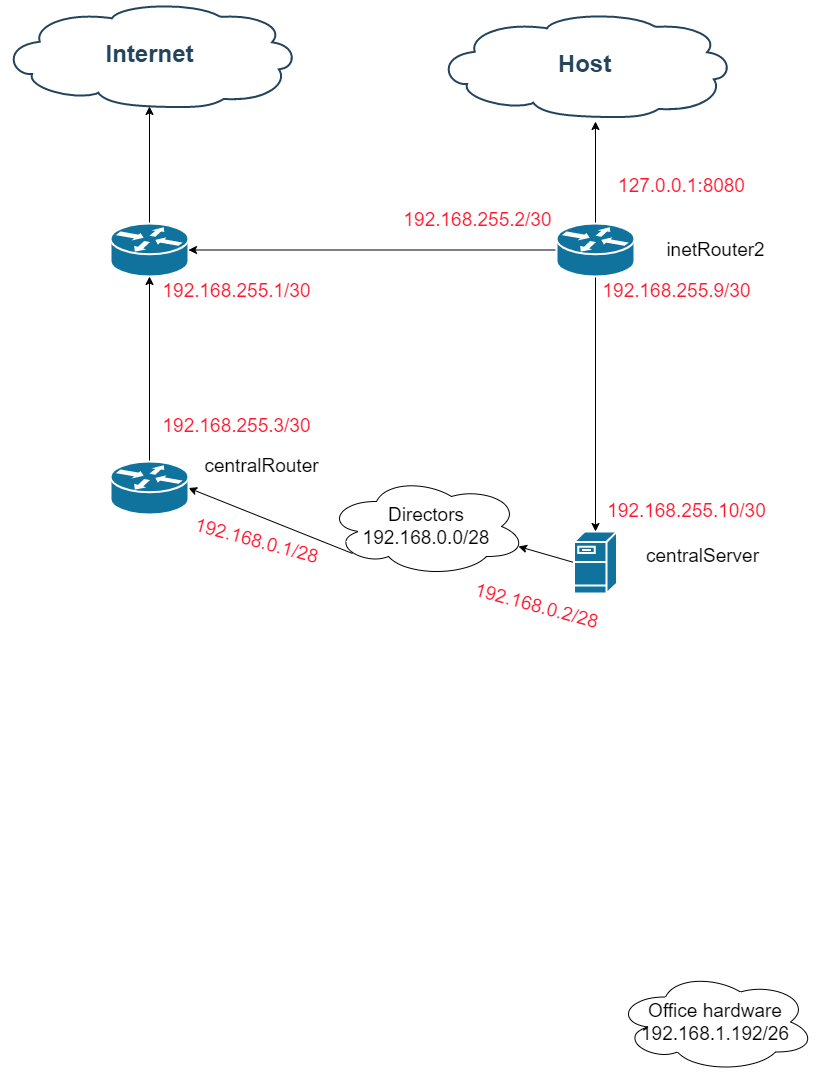
gardvor/Otus-Linux keeps this draw.io diagram as Otus-Iptables/Scheme.drawio.png. Above is the earlier version. Source tidied: cells renumbered, new cells last; positions are measured from the earlier drawing's top-left corner, leaving out a move shared by most shapes. The source it was exported from:
```xml
<mxGraphModel>
  <root>
    <mxCell id="0" />
    <mxCell id="1" parent="0" />
    <mxCell id="2" value="Internet" style="shape=mxgraph.cisco.storage.cloud;html=1;dashed=0;strokeColor=#23445D;fillColor=#ffffff;strokeWidth=2;fontFamily=Helvetica;fontSize=24;fontColor=#23445D;align=center;fontStyle=1;" parent="1" vertex="1">
      <mxGeometry width="296" height="106" as="geometry" />
    </mxCell>
    <mxCell id="3" style="edgeStyle=orthogonalEdgeStyle;rounded=0;jettySize=auto;html=1;exitX=0.5;exitY=0;exitDx=0;exitDy=0;exitPerimeter=0;entryX=0.5;entryY=0.99;entryDx=0;entryDy=0;entryPerimeter=0;" parent="1" edge="1" source="4" target="2">
      <mxGeometry relative="1" as="geometry" />
    </mxCell>
    <mxCell id="4" style="shape=mxgraph.cisco.routers.router;html=1;dashed=0;fillColor=#10739E;strokeColor=#ffffff;strokeWidth=2;verticalLabelPosition=bottom;verticalAlign=top;fontFamily=Helvetica;fontSize=36;fontColor=#FFB366;" parent="1" vertex="1">
      <mxGeometry x="109" y="222" width="78" height="53" as="geometry" />
    </mxCell>
    <mxCell id="5" style="rounded=0;jettySize=auto;html=1;exitX=0.13;exitY=0.77;exitDx=0;exitDy=0;exitPerimeter=0;entryX=1;entryY=0.5;entryDx=0;entryDy=0;entryPerimeter=0;fontSize=19;" parent="1" edge="1" source="13" target="9">
      <mxGeometry relative="1" as="geometry" />
    </mxCell>
    <mxCell id="6" style="edgeStyle=none;rounded=0;jettySize=auto;html=1;exitX=0;exitY=0.5;exitDx=0;exitDy=0;exitPerimeter=0;entryX=0.96;entryY=0.7;entryDx=0;entryDy=0;entryPerimeter=0;fontSize=19;fontColor=#FF172E;" parent="1" edge="1" source="7" target="13">
      <mxGeometry relative="1" as="geometry" />
    </mxCell>
    <mxCell id="7" style="shape=mxgraph.cisco.servers.fileserver;html=1;dashed=0;fillColor=#10739E;strokeColor=#ffffff;strokeWidth=2;verticalLabelPosition=bottom;verticalAlign=top;fontFamily=Helvetica;fontSize=36;fontColor=#FFB366;" parent="1" vertex="1">
      <mxGeometry x="572.5" y="530" width="43" height="62" as="geometry" />
    </mxCell>
    <mxCell id="8" style="edgeStyle=orthogonalEdgeStyle;rounded=0;jettySize=auto;html=1;exitX=0.5;exitY=0;exitDx=0;exitDy=0;exitPerimeter=0;entryX=0.5;entryY=1;entryDx=0;entryDy=0;entryPerimeter=0;fontSize=19;" parent="1" edge="1" source="9" target="4">
      <mxGeometry relative="1" as="geometry" />
    </mxCell>
    <mxCell id="9" style="shape=mxgraph.cisco.routers.router;html=1;dashed=0;fillColor=#10739E;strokeColor=#ffffff;strokeWidth=2;verticalLabelPosition=bottom;verticalAlign=top;fontFamily=Helvetica;fontSize=36;fontColor=#FFB366;" parent="1" vertex="1">
      <mxGeometry x="109" y="460" width="78" height="53" as="geometry" />
    </mxCell>
    <mxCell id="10" value="inetRouter2" style="text;html=1;align=center;verticalAlign=middle;strokeColor=none;fillColor=none;strokeWidth=1;fontSize=19;" parent="1" vertex="1">
      <mxGeometry x="659" y="233.5" width="110" height="30" as="geometry" />
    </mxCell>
    <mxCell id="11" value="centralRouter" style="text;html=1;align=center;verticalAlign=middle;strokeColor=none;fillColor=none;strokeWidth=1;fontSize=19;" parent="1" vertex="1">
      <mxGeometry x="195" y="450" width="130" height="30" as="geometry" />
    </mxCell>
    <mxCell id="12" value="centralServer&lt;br&gt;" style="text;html=1;align=center;verticalAlign=middle;strokeColor=none;fillColor=none;strokeWidth=1;fontSize=19;" parent="1" vertex="1">
      <mxGeometry x="636" y="540" width="130" height="30" as="geometry" />
    </mxCell>
    <mxCell id="13" value="Directors&lt;br&gt;192.168.0.0/28" style="ellipse;shape=cloud;whiteSpace=wrap;html=1;fontSize=19;strokeWidth=1;" parent="1" vertex="1">
      <mxGeometry x="325" y="475" width="200" height="100" as="geometry" />
    </mxCell>
    <mxCell id="14" value="Office hardware&lt;br&gt;192.168.1.192/26" style="ellipse;shape=cloud;whiteSpace=wrap;html=1;fontSize=19;strokeWidth=1;" parent="1" vertex="1">
      <mxGeometry x="614" y="970.5" width="200" height="100" as="geometry" />
    </mxCell>
    <mxCell id="15" value="192.168.255.1/30" style="text;html=1;align=center;verticalAlign=middle;strokeColor=none;fillColor=none;strokeWidth=1;fontSize=19;fontColor=#FF172E;" parent="1" vertex="1">
      <mxGeometry x="155" y="275" width="160" height="30" as="geometry" />
    </mxCell>
    <mxCell id="16" value="192.168.255.2/30" style="text;html=1;align=center;verticalAlign=middle;strokeColor=none;fillColor=none;strokeWidth=1;fontSize=19;fontColor=#FF172E;" parent="1" vertex="1">
      <mxGeometry x="396" y="203.5" width="160" height="30" as="geometry" />
    </mxCell>
    <mxCell id="17" value="192.168.0.1/28" style="text;html=1;align=center;verticalAlign=middle;strokeColor=none;fillColor=none;strokeWidth=1;fontSize=19;fontColor=#FF172E;rotation=15;" parent="1" vertex="1">
      <mxGeometry x="185" y="525" width="140" height="30" as="geometry" />
    </mxCell>
    <mxCell id="18" style="edgeStyle=orthogonalEdgeStyle;rounded=0;jettySize=auto;html=1;exitX=0.5;exitY=0;exitDx=0;exitDy=0;exitPerimeter=0;" parent="1" edge="1" source="21">
      <mxGeometry relative="1" as="geometry">
        <mxPoint x="594" y="120" as="targetPoint" />
      </mxGeometry>
    </mxCell>
    <mxCell id="19" style="edgeStyle=orthogonalEdgeStyle;rounded=0;jettySize=auto;html=1;exitX=0;exitY=0.5;exitDx=0;exitDy=0;exitPerimeter=0;entryX=1;entryY=0.5;entryDx=0;entryDy=0;entryPerimeter=0;" parent="1" edge="1" source="21" target="4">
      <mxGeometry relative="1" as="geometry" />
    </mxCell>
    <mxCell id="20" style="edgeStyle=orthogonalEdgeStyle;rounded=0;jettySize=auto;html=1;exitX=0.5;exitY=1;exitDx=0;exitDy=0;exitPerimeter=0;entryX=0.5;entryY=0;entryDx=0;entryDy=0;entryPerimeter=0;" parent="1" edge="1" source="21" target="7">
      <mxGeometry relative="1" as="geometry" />
    </mxCell>
    <mxCell id="21" style="shape=mxgraph.cisco.routers.router;html=1;dashed=0;fillColor=#10739E;strokeColor=#ffffff;strokeWidth=2;verticalLabelPosition=bottom;verticalAlign=top;fontFamily=Helvetica;fontSize=36;fontColor=#FFB366;" parent="1" vertex="1">
      <mxGeometry x="555" y="222" width="78" height="53" as="geometry" />
    </mxCell>
    <mxCell id="22" value="192.168.0.2/28" style="text;html=1;align=center;verticalAlign=middle;strokeColor=none;fillColor=none;strokeWidth=1;fontSize=19;fontColor=#FF172E;rotation=15;" parent="1" vertex="1">
      <mxGeometry x="465" y="590" width="140" height="30" as="geometry" />
    </mxCell>
    <mxCell id="23" value="192.168.255.3/30" style="text;html=1;align=center;verticalAlign=middle;strokeColor=none;fillColor=none;strokeWidth=1;fontSize=19;fontColor=#FF172E;" parent="1" vertex="1">
      <mxGeometry x="155" y="410" width="160" height="30" as="geometry" />
    </mxCell>
    <mxCell id="24" value="Host" style="shape=mxgraph.cisco.storage.cloud;html=1;dashed=0;strokeColor=#23445D;fillColor=#ffffff;strokeWidth=2;fontFamily=Helvetica;fontSize=24;fontColor=#23445D;align=center;fontStyle=1;" parent="1" vertex="1">
      <mxGeometry x="435" y="10" width="296" height="106" as="geometry" />
    </mxCell>
    <mxCell id="25" value="192.168.255.9/30" style="text;html=1;align=center;verticalAlign=middle;strokeColor=none;fillColor=none;strokeWidth=1;fontSize=19;fontColor=#FF172E;" parent="1" vertex="1">
      <mxGeometry x="595" y="275" width="160" height="30" as="geometry" />
    </mxCell>
    <mxCell id="26" value="192.168.255.10/30" style="text;html=1;align=center;verticalAlign=middle;strokeColor=none;fillColor=none;strokeWidth=1;fontSize=19;fontColor=#FF172E;" parent="1" vertex="1">
      <mxGeometry x="600" y="495" width="170" height="30" as="geometry" />
    </mxCell>
    <mxCell id="27" value="127.0.0.1:8080" style="text;html=1;align=center;verticalAlign=middle;strokeColor=none;fillColor=none;strokeWidth=1;fontSize=19;fontColor=#FF172E;" parent="1" vertex="1">
      <mxGeometry x="610" y="170" width="140" height="30" as="geometry" />
    </mxCell>
  </root>
</mxGraphModel>
```
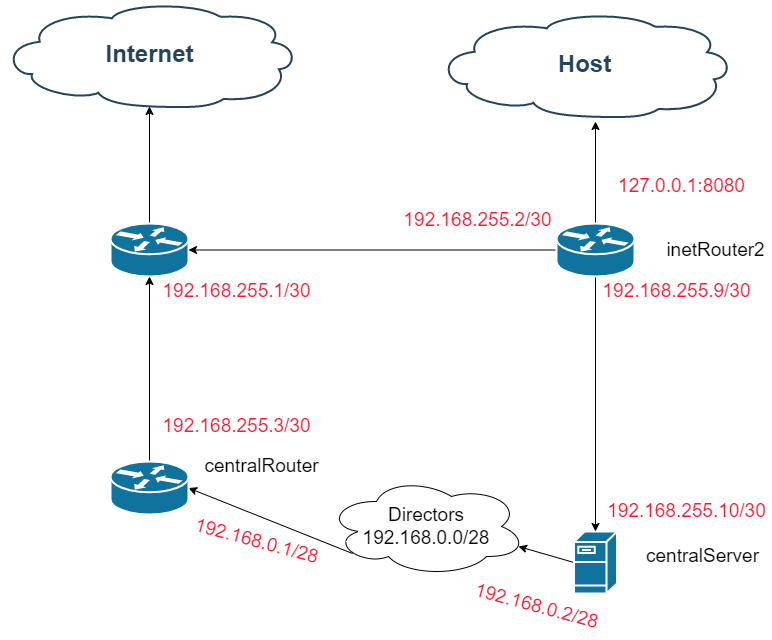
Above is the later version.

The edit, as a diff of the source:
```diff
@@ -38,9 +38,6 @@
     <mxCell id="13" value="Directors&lt;br&gt;192.168.0.0/28" style="ellipse;shape=cloud;whiteSpace=wrap;html=1;fontSize=19;strokeWidth=1;" parent="1" vertex="1">
       <mxGeometry x="325" y="475" width="200" height="100" as="geometry" />
     </mxCell>
-    <mxCell id="14" value="Office hardware&lt;br&gt;192.168.1.192/26" style="ellipse;shape=cloud;whiteSpace=wrap;html=1;fontSize=19;strokeWidth=1;" parent="1" vertex="1">
-      <mxGeometry x="614" y="970.5" width="200" height="100" as="geometry" />
-    </mxCell>
     <mxCell id="15" value="192.168.255.1/30" style="text;html=1;align=center;verticalAlign=middle;strokeColor=none;fillColor=none;strokeWidth=1;fontSize=19;fontColor=#FF172E;" parent="1" vertex="1">
       <mxGeometry x="155" y="275" width="160" height="30" as="geometry" />
     </mxCell>
```
